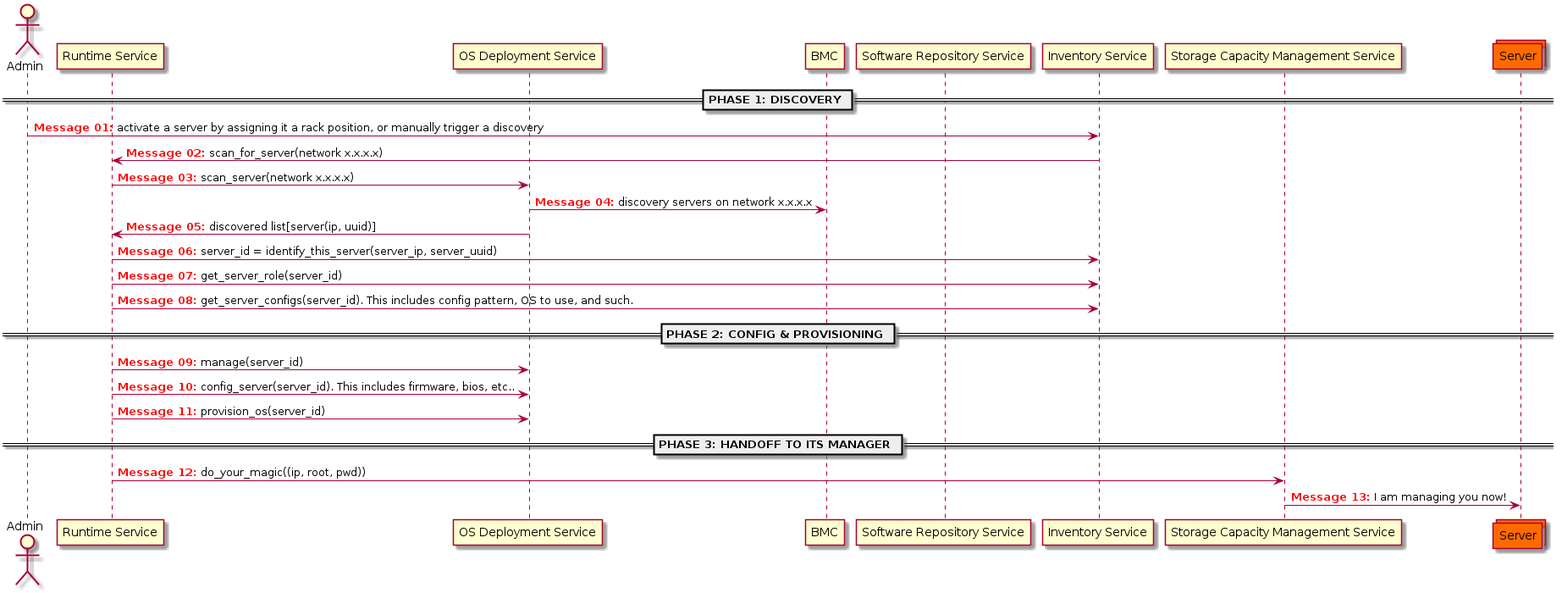
Earlier version of the PlantUML export diagrams/ibb add server to ceph.png (fengxia41103/myblog).
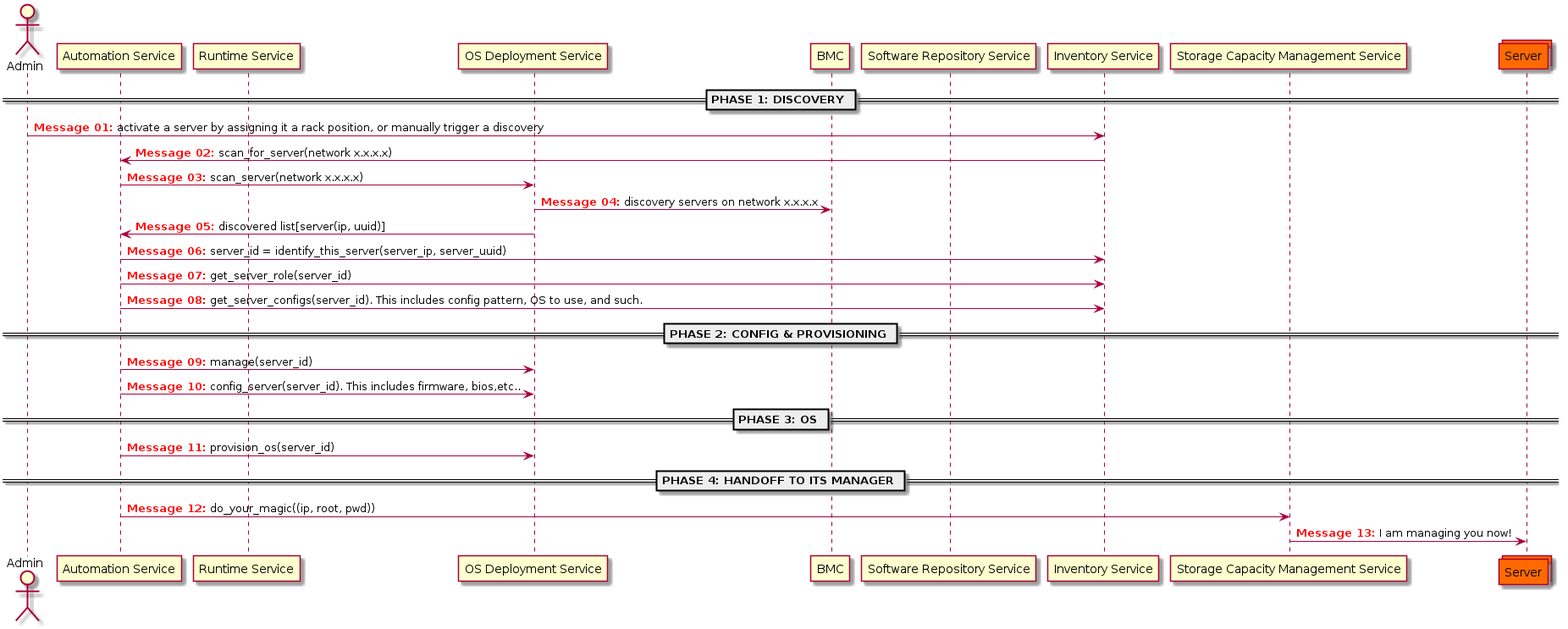
Above is the later version.

The edit, as a diff of the source:
```diff
@@ -2,7 +2,8 @@
 autonumber "<font color=red><b>Message 00:"
 
 actor Admin
-participant "Runtime Service" as Tower
+participant "Automation Service" as Tower
+participant "Runtime Service" as RHHI
 participant "OS Deployment Service" as LXCA
 participant BMC
 participant "Software Repository Service" as Satellite
@@ -22,10 +23,12 @@
 
 == PHASE 2: CONFIG & PROVISIONING ==
 Tower -> LXCA: manage(server_id)
-Tower -> LXCA: config_server(server_id). This includes firmware, bios, etc..
+Tower -> LXCA: config_server(server_id). This includes firmware, bios,etc..
+
+== PHASE 3: OS ==
 Tower -> LXCA: provision_os(server_id)
 
-== PHASE 3: HANDOFF TO ITS MANAGER ==
+== PHASE 4: HANDOFF TO ITS MANAGER ==
 Tower -> Dashboard: do_your_magic((ip, root, pwd))
 Dashboard -> Server: I am managing you now!
 
```
